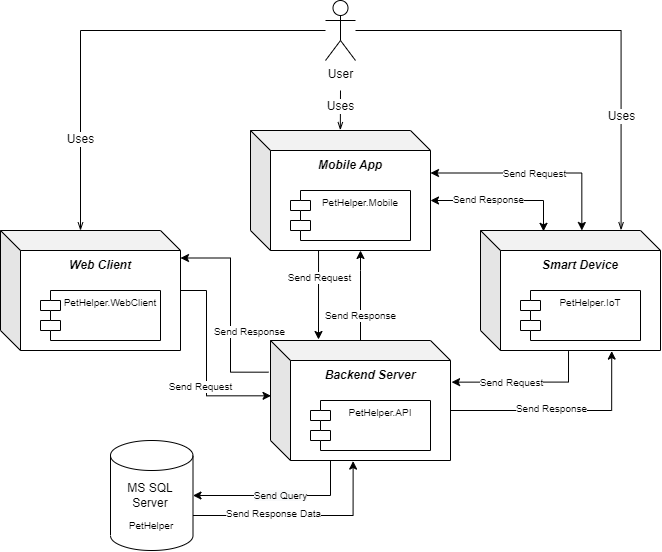
Above: Diagrams/Deployment diagram.png in KuleshovNikita/PetHelper (draw.io), before the change. Source tidied: cells renumbered, new cells last; positions are measured from the earlier drawing's top-left corner, leaving out a move shared by most shapes.
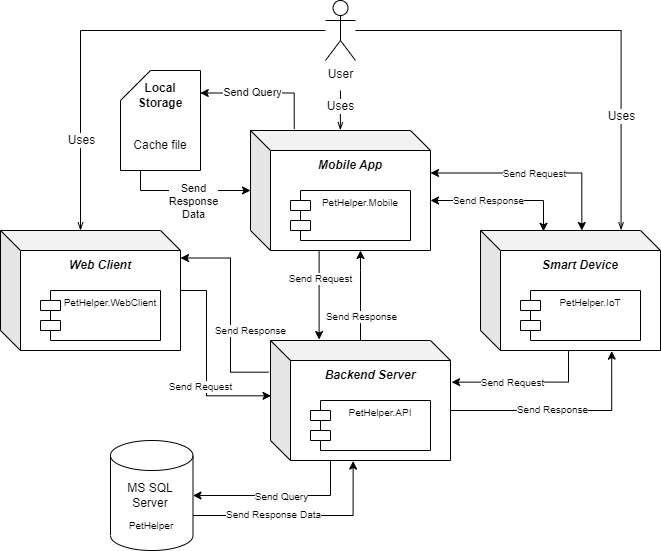
After the change.

Diff of the diagram source:
```diff
@@ -95,6 +95,19 @@
         <mxPoint x="1" y="5" as="offset" />
       </mxGeometry>
     </mxCell>
+    <mxCell id="45" style="edgeStyle=orthogonalEdgeStyle;rounded=0;jettySize=auto;html=1;entryX=0.997;entryY=0.225;entryDx=0;entryDy=0;entryPerimeter=0;exitX=0.243;exitY=-0.013;exitDx=0;exitDy=0;exitPerimeter=0;" parent="1" edge="1" source="23" target="48">
+      <mxGeometry relative="1" as="geometry">
+        <Array as="points">
+          <mxPoint x="294" y="93" />
+          <mxPoint x="200" y="93" />
+        </Array>
+      </mxGeometry>
+    </mxCell>
+    <mxCell id="46" value="Send Query" style="edgeLabel;html=1;align=center;verticalAlign=middle;" parent="45" vertex="1">
+      <mxGeometry x="0.37" y="-1" relative="1" as="geometry">
+        <mxPoint x="11" as="offset" />
+      </mxGeometry>
+    </mxCell>
     <mxCell id="23" style="shape=cube;whiteSpace=wrap;html=1;boundedLbl=1;backgroundOutline=1;darkOpacity=0.05;darkOpacity2=0.1;" parent="1" vertex="1">
       <mxGeometry x="250" y="130" width="180" height="120" as="geometry" />
     </mxCell>
@@ -174,5 +187,31 @@
     <mxCell id="44" value="&lt;font style=&quot;font-size: 12px;&quot;&gt;User&lt;/font&gt;" style="shape=umlActor;verticalLabelPosition=bottom;verticalAlign=top;html=1;outlineConnect=0;fontSize=10;" parent="1" vertex="1">
       <mxGeometry x="325" width="30" height="60" as="geometry" />
     </mxCell>
+    <mxCell id="47" style="group;" parent="1" vertex="1">
+      <mxGeometry x="120" y="70" width="80" height="100" as="geometry" />
+    </mxCell>
+    <mxCell id="48" style="shape=card;whiteSpace=wrap;html=1;" parent="47" vertex="1">
+      <mxGeometry width="80" height="100" as="geometry" />
+    </mxCell>
+    <mxCell id="49" value="&lt;b&gt;Local Storage&lt;/b&gt;" style="text;html=1;strokeColor=none;fillColor=none;align=center;verticalAlign=middle;whiteSpace=wrap;rounded=0;" parent="47" vertex="1">
+      <mxGeometry x="10" y="10" width="60" height="30" as="geometry" />
+    </mxCell>
+    <mxCell id="50" value="Cache file" style="text;html=1;strokeColor=none;fillColor=none;align=center;verticalAlign=middle;whiteSpace=wrap;rounded=0;" parent="47" vertex="1">
+      <mxGeometry x="10" y="60" width="60" height="30" as="geometry" />
+    </mxCell>
+    <mxCell id="51" style="edgeStyle=orthogonalEdgeStyle;rounded=0;jettySize=auto;html=1;" parent="1" edge="1" source="48">
+      <mxGeometry relative="1" as="geometry">
+        <mxPoint x="250" y="190" as="targetPoint" />
+        <Array as="points">
+          <mxPoint x="140" y="190" />
+          <mxPoint x="250" y="190" />
+        </Array>
+      </mxGeometry>
+    </mxCell>
+    <mxCell id="52" value="Send &lt;br&gt;Response &lt;br&gt;Data" style="edgeLabel;html=1;align=center;verticalAlign=middle;" parent="51" vertex="1">
+      <mxGeometry x="-0.03" y="-1" relative="1" as="geometry">
+        <mxPoint x="9" y="9" as="offset" />
+      </mxGeometry>
+    </mxCell>
   </root>
 </mxGraphModel>
```
